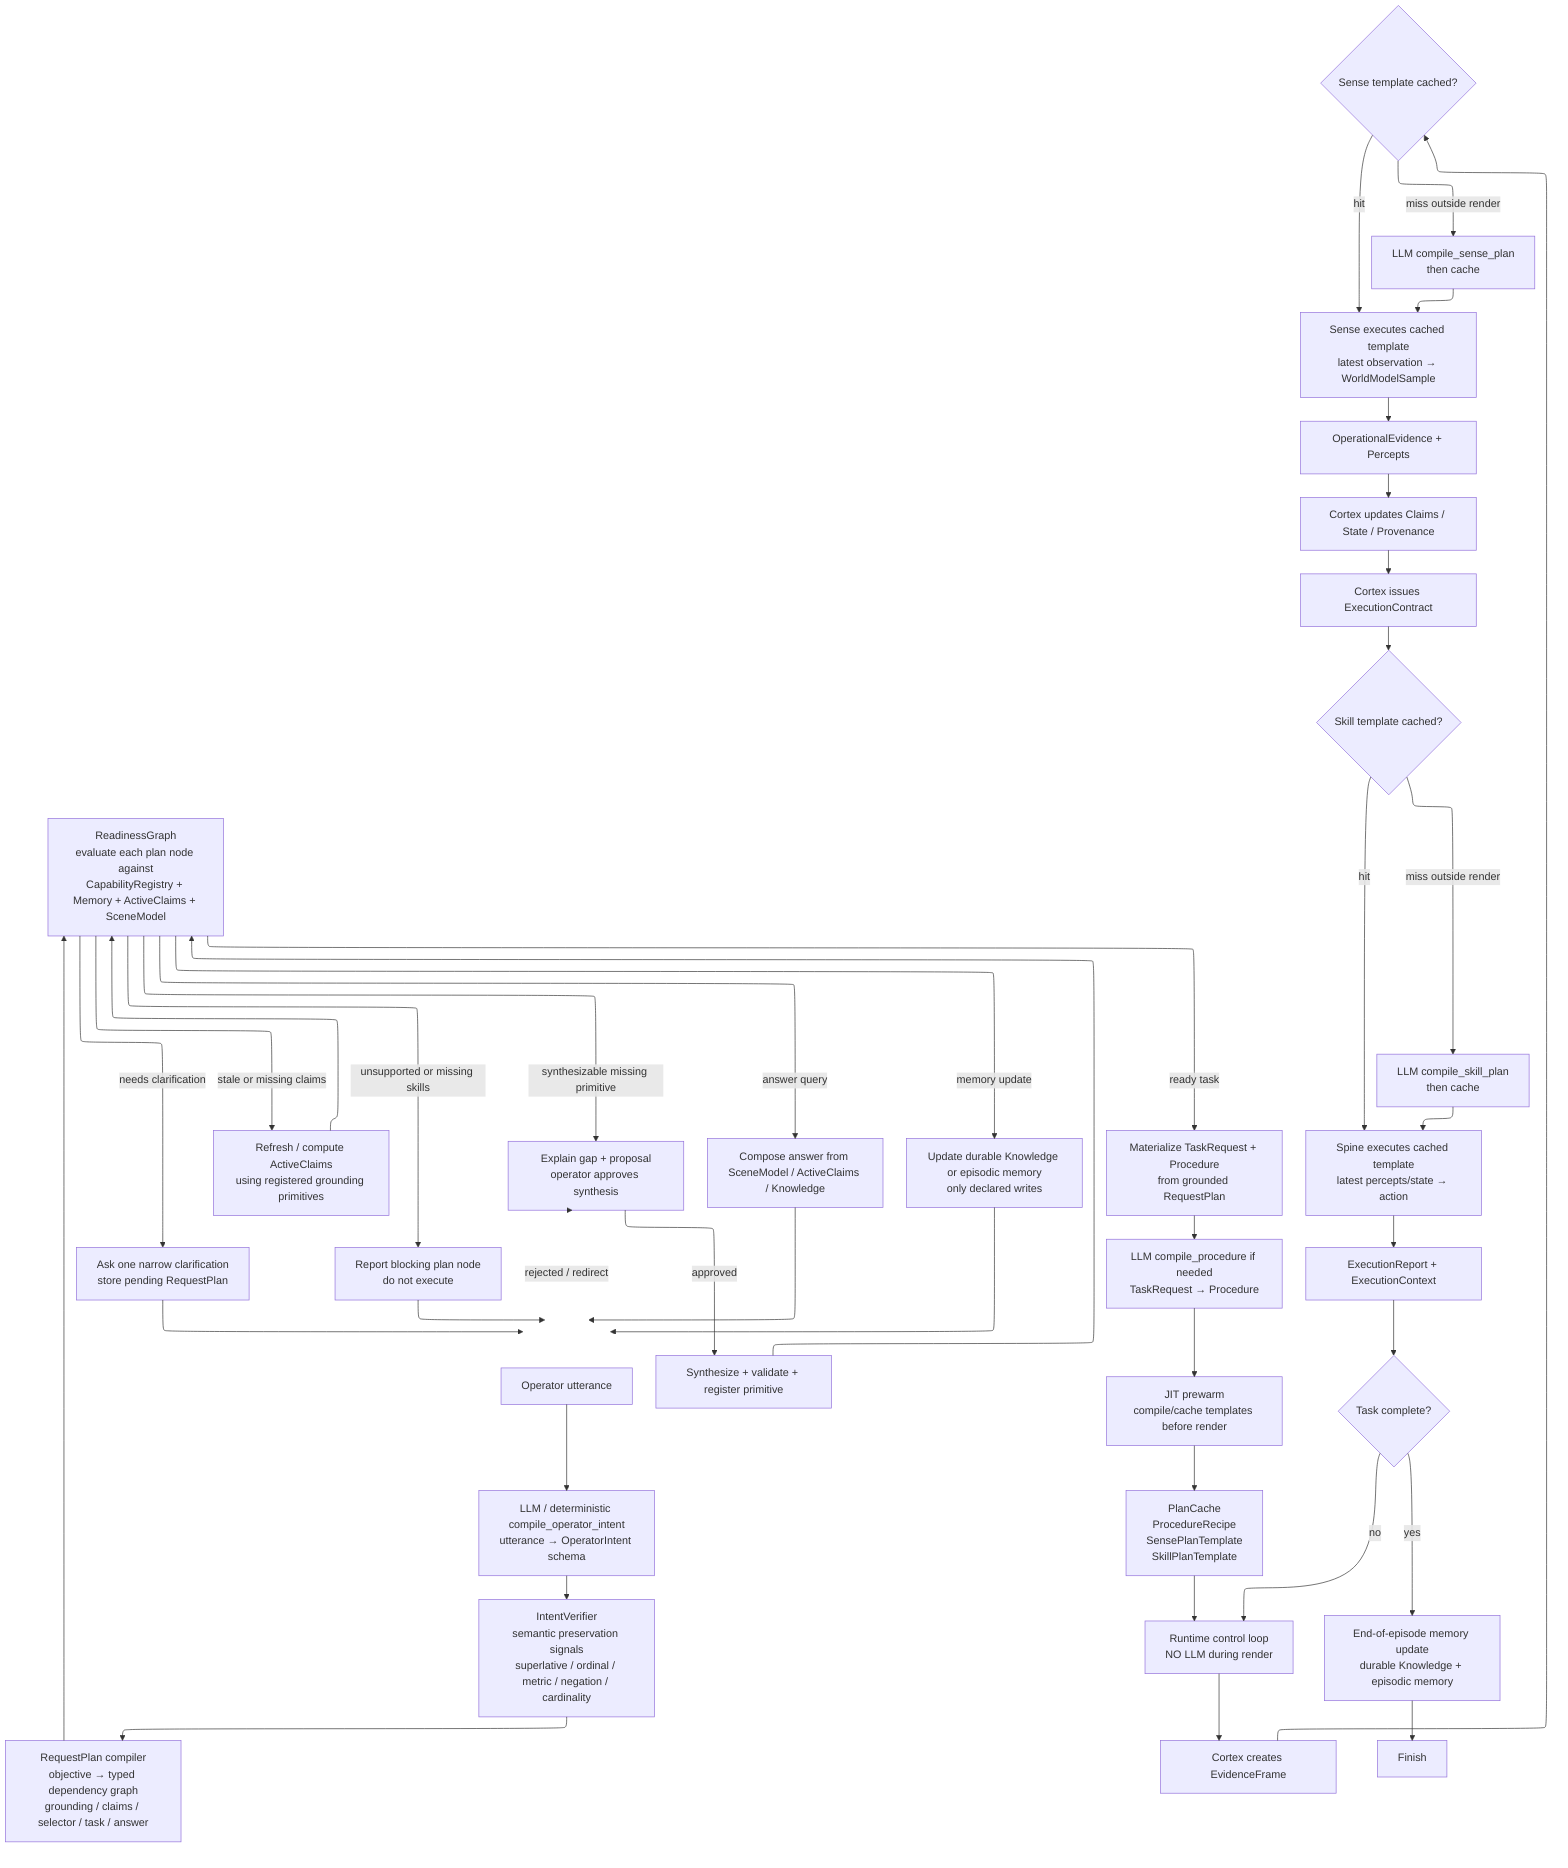
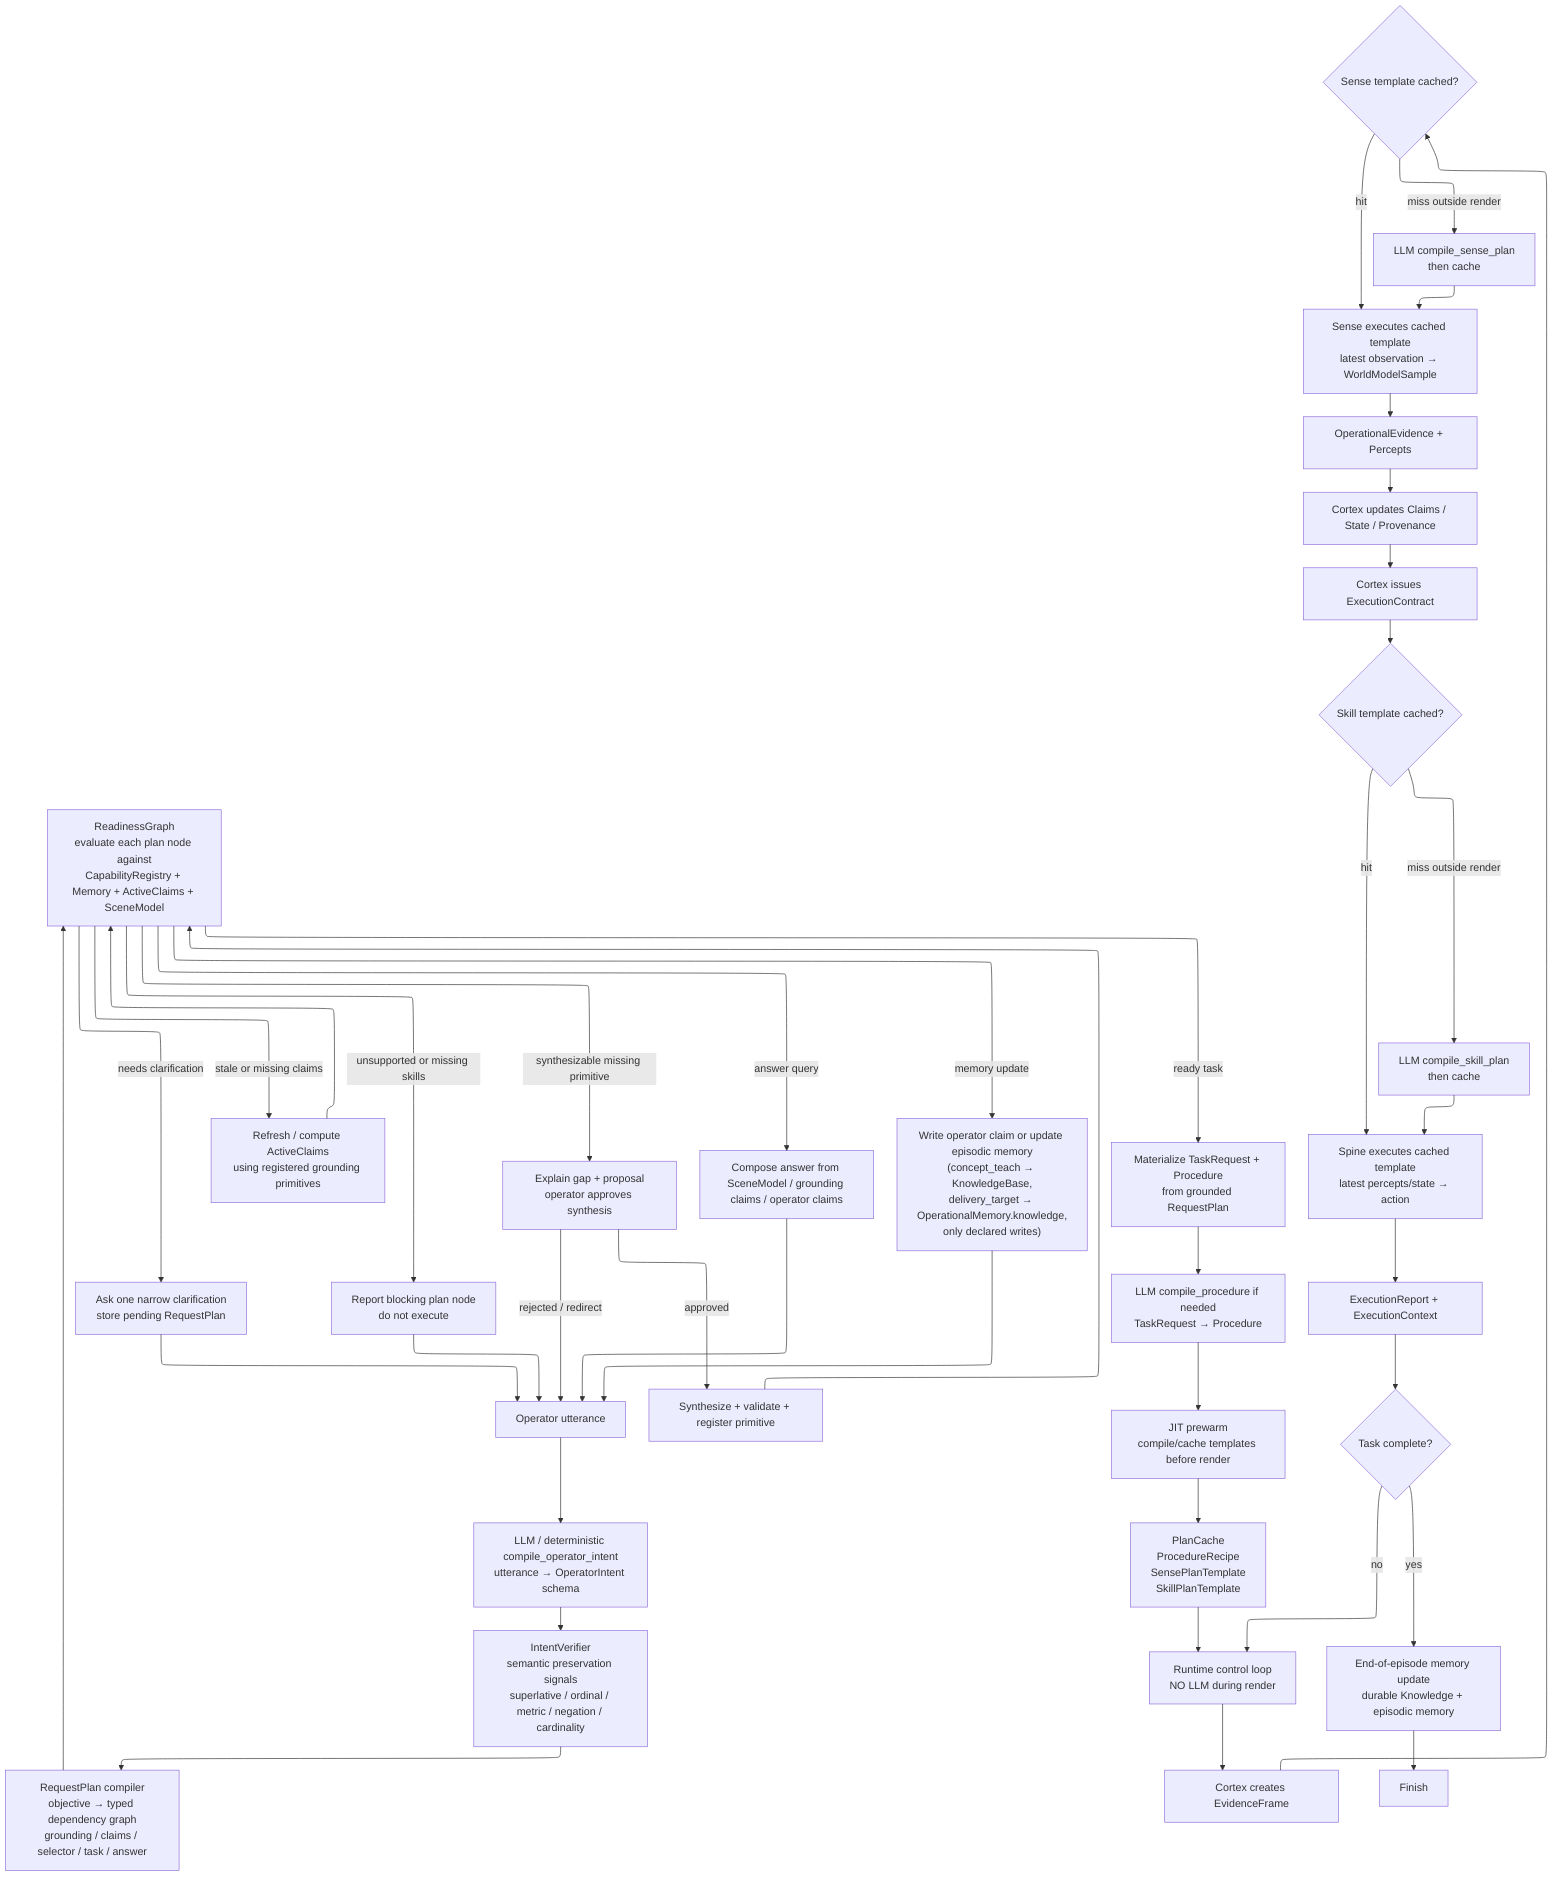
---
config:
  layout: elk
---
flowchart TD

  Start["Operator utterance"] --> CompileIntent["LLM / deterministic compile_operator_intent<br>utterance → OperatorIntent schema"]
  CompileIntent --> VerifyIntent["IntentVerifier<br>semantic preservation signals<br>superlative / ordinal / metric / negation / cardinality"]
  VerifyIntent --> RequestPlan["RequestPlan compiler<br>objective → typed dependency graph<br>grounding / claims / selector / task / answer"]
  RequestPlan --> Readiness["ReadinessGraph<br>evaluate each plan node against<br>CapabilityRegistry + Memory + ActiveClaims + SceneModel"]

  Readiness -->|needs clarification| Ask["Ask one narrow clarification<br>store pending RequestPlan"]
  Ask --> Start

  Readiness -->|stale or missing claims| RefreshClaims["Refresh / compute ActiveClaims<br>using registered grounding primitives"]
  RefreshClaims --> Readiness

  Readiness -->|synthesizable missing primitive| Propose["Explain gap + proposal<br>operator approves synthesis"]
  Propose -->|approved| Synthesize["Synthesize + validate + register primitive"]
  Synthesize --> Readiness
  Propose -->|rejected / redirect| Start

  Readiness -->|unsupported or missing skills| Refuse["Report blocking plan node<br>do not execute"]
  Refuse --> Start

-   Readiness -->|answer query| Answer["Compose answer from SceneModel / ActiveClaims / Knowledge"]
+   Readiness -->|answer query| Answer["Compose answer from SceneModel / grounding claims / operator claims"]
  Answer --> Start

-   Readiness -->|memory update| MemoryUpdate["Update durable Knowledge or episodic memory<br>only declared writes"]
+   Readiness -->|memory update| MemoryUpdate["Write operator claim or update episodic memory<br>(concept_teach → KnowledgeBase,<br>delivery_target → OperationalMemory.knowledge,<br>only declared writes)"]
  MemoryUpdate --> Start

  Readiness -->|ready task| Materialize["Materialize TaskRequest + Procedure<br>from grounded RequestPlan"]
  Materialize --> CompileProc["LLM compile_procedure if needed<br>TaskRequest → Procedure"]
  CompileProc --> Prewarm["JIT prewarm<br>compile/cache templates before render"]

  Prewarm --> Cache["PlanCache<br>ProcedureRecipe<br>SensePlanTemplate<br>SkillPlanTemplate"]

  Cache --> Loop["Runtime control loop<br>NO LLM during render"]

  Loop --> EF["Cortex creates EvidenceFrame"]
  EF --> SenseCache{"Sense template cached?"}
  SenseCache -->|hit| SenseRun["Sense executes cached template<br>latest observation → WorldModelSample"]
  SenseCache -->|miss outside render| SenseCompile["LLM compile_sense_plan<br>then cache"]
  SenseCompile --> SenseRun

  SenseRun --> Evidence["OperationalEvidence + Percepts"]
  Evidence --> CortexUpdate["Cortex updates Claims / State / Provenance"]

  CortexUpdate --> Contract["Cortex issues ExecutionContract"]
  Contract --> SkillCache{"Skill template cached?"}
  SkillCache -->|hit| SpineRun["Spine executes cached template<br>latest percepts/state → action"]
  SkillCache -->|miss outside render| SkillCompile["LLM compile_skill_plan<br>then cache"]
  SkillCompile --> SpineRun

  SpineRun --> Report["ExecutionReport + ExecutionContext"]
  Report --> Done{"Task complete?"}

  Done -->|no| Loop
  Done -->|yes| Memory["End-of-episode memory update<br>durable Knowledge + episodic memory"]
  Memory --> End["Finish"]
